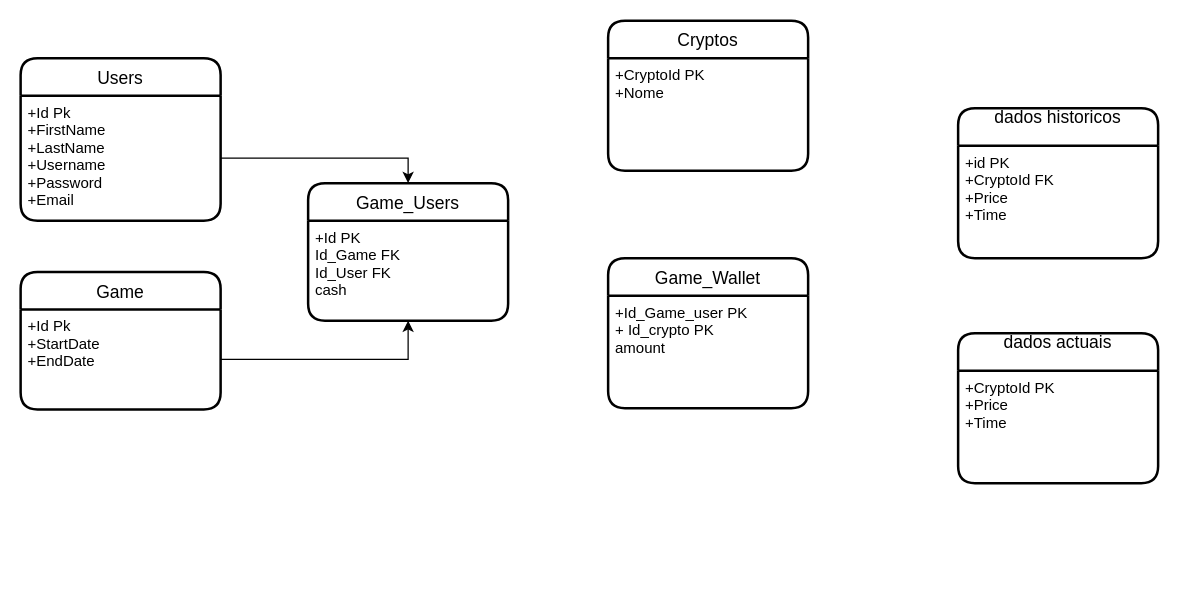
Earlier version of the draw.io diagram page "UML Base Dados" (2 of 2) of Esquemas.drawio (pmdmartins21/Crypto-Challenge). Source tidied: cells renumbered, new cells numbered last; positions are measured from the earlier drawing's top-left corner, leaving out a move shared by most shapes. Both pictures are drawn from the tidied source at 125%, with x=0, y=0 at pixel (20, 20).
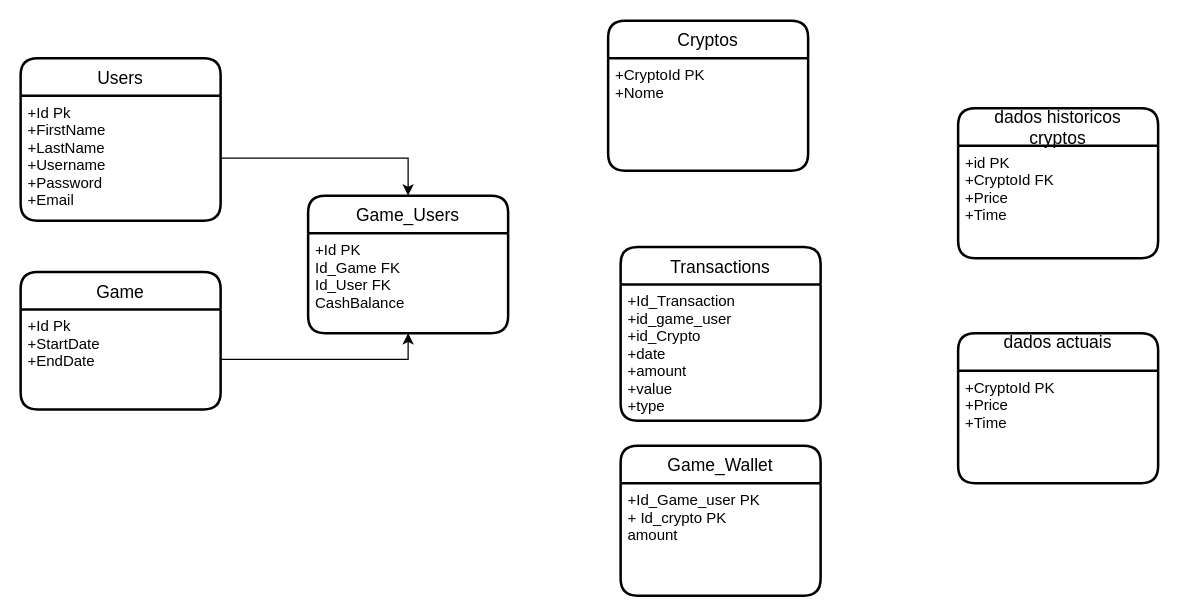
The same page after the edit.

Commit message (it also covers changes not shown here):
update database schema

The edit, as a diff of the source:
```diff
@@
-    <mxCell id="7" value="dados historicos&#10;" style="swimlane;horizontal=1;startSize=30;rounded=1;fontSize=14;fontStyle=0;strokeWidth=2;shadow=0;dashed=0;align=center;" parent="1" vertex="1">
+    <mxCell id="7" value="dados historicos&#10;cryptos" style="swimlane;horizontal=1;startSize=30;rounded=1;fontSize=14;fontStyle=0;strokeWidth=2;shadow=0;dashed=0;align=center;" parent="1" vertex="1">
       <mxGeometry x="750" y="70" width="160" height="120" as="geometry" />
     </mxCell>
@@
     <mxCell id="11" value="Game_Wallet" style="swimlane;horizontal=1;startSize=30;rounded=1;fontSize=14;fontStyle=0;strokeWidth=2;shadow=0;dashed=0;align=center;" parent="1" vertex="1">
-      <mxGeometry x="470" y="190" width="160" height="120" as="geometry" />
+      <mxGeometry x="480" y="340" width="160" height="120" as="geometry" />
     </mxCell>
@@
     <mxCell id="16" value="Game_Users" style="swimlane;horizontal=1;startSize=30;rounded=1;fontSize=14;fontStyle=0;strokeWidth=2;shadow=0;dashed=0;align=center;" parent="1" vertex="1">
-      <mxGeometry x="230" y="130" width="160" height="110" as="geometry" />
+      <mxGeometry x="230" y="140" width="160" height="110" as="geometry" />
     </mxCell>
-    <mxCell id="17" value="+Id PK&#10;Id_Game FK&#10;Id_User FK&#10;cash&#10;" style="align=left;strokeColor=none;fillColor=none;spacingLeft=4;fontSize=12;verticalAlign=top;" parent="16" vertex="1">
+    <mxCell id="17" value="+Id PK&#10;Id_Game FK&#10;Id_User FK&#10;CashBalance" style="align=left;strokeColor=none;fillColor=none;spacingLeft=4;fontSize=12;verticalAlign=top;" parent="16" vertex="1">
       <mxGeometry y="30" width="160" height="80" as="geometry" />
     </mxCell>
@@
+    <mxCell id="21" value="Transactions" style="swimlane;horizontal=1;startSize=30;rounded=1;fontSize=14;fontStyle=0;strokeWidth=2;shadow=0;dashed=0;align=center;" parent="1" vertex="1">
+      <mxGeometry x="480" y="181" width="160" height="139" as="geometry" />
+    </mxCell>
+    <mxCell id="22" value="+Id_Transaction&#10;+id_game_user&#10;+id_Crypto&#10;+date&#10;+amount&#10;+value&#10;+type" style="align=left;strokeColor=none;fillColor=none;spacingLeft=4;fontSize=12;verticalAlign=top;" parent="21" vertex="1">
+      <mxGeometry y="30" width="160" height="109" as="geometry" />
+    </mxCell>
```
